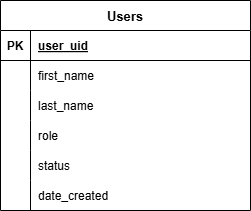
Earlier version of the draw.io export sdERD.png (pixelbub/sd-project). Source tidied: cells renumbered, new cells last; positions are measured from the earlier drawing's top-left corner, leaving out a move shared by most shapes.
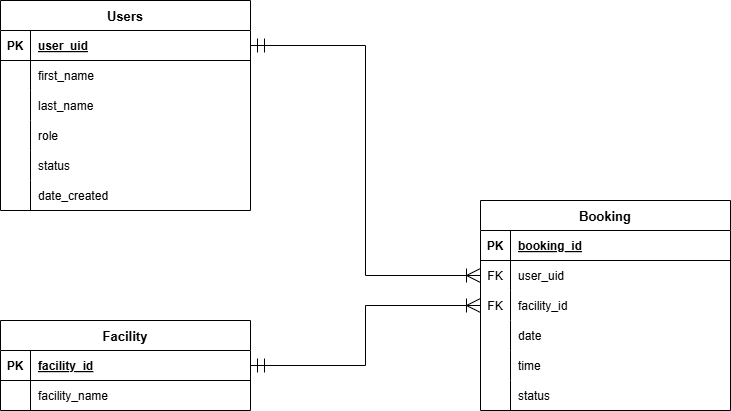
After the change.

What changed in the source:
```diff
@@ -59,5 +59,94 @@
     <mxCell id="20" value="date_created" style="shape=partialRectangle;overflow=hidden;fillColor=none;top=0;left=0;bottom=0;right=0;align=left;spacingLeft=6;" parent="18" vertex="1">
       <mxGeometry x="30" width="220" height="30" as="geometry" />
     </mxCell>
+    <mxCell id="21" value="Booking" style="shape=table;startSize=30;rowLines=0;fontStyle=1;align=center;swimlaneFillColor=default;fontSize=13;" parent="1" vertex="1">
+      <mxGeometry x="480" y="200" width="250" height="210" as="geometry" />
+    </mxCell>
+    <mxCell id="22" style="shape=partialRectangle;fillColor=none;top=0;left=0;right=0;bottom=1;" parent="21" vertex="1">
+      <mxGeometry y="30" width="250" height="30" as="geometry" />
+    </mxCell>
+    <mxCell id="23" value="PK" style="shape=partialRectangle;overflow=hidden;fillColor=none;top=0;left=0;bottom=0;right=0;fontStyle=1;" parent="22" vertex="1">
+      <mxGeometry width="30" height="30" as="geometry" />
+    </mxCell>
+    <mxCell id="24" value="booking_id" style="shape=partialRectangle;overflow=hidden;fillColor=none;top=0;left=0;bottom=0;right=0;align=left;spacingLeft=6;fontStyle=5;" parent="22" vertex="1">
+      <mxGeometry x="30" width="220" height="30" as="geometry" />
+    </mxCell>
+    <mxCell id="25" style="shape=partialRectangle;fillColor=none;points=[[0,0.5],[1,0.5]];portConstraint=eastwest;top=0;left=0;right=0;bottom=0;" parent="21" vertex="1">
+      <mxGeometry y="60" width="250" height="30" as="geometry" />
+    </mxCell>
+    <mxCell id="26" value="FK" style="shape=partialRectangle;overflow=hidden;fillColor=none;top=0;left=0;bottom=0;right=0;" parent="25" vertex="1">
+      <mxGeometry width="30" height="30" as="geometry" />
+    </mxCell>
+    <mxCell id="27" value="user_uid" style="shape=partialRectangle;overflow=hidden;fillColor=none;top=0;left=0;bottom=0;right=0;align=left;spacingLeft=6;" parent="25" vertex="1">
+      <mxGeometry x="30" width="220" height="30" as="geometry" />
+    </mxCell>
+    <mxCell id="28" style="shape=partialRectangle;fillColor=none;points=[[0,0.5],[1,0.5]];portConstraint=eastwest;top=0;left=0;right=0;bottom=0;" parent="21" vertex="1">
+      <mxGeometry y="90" width="250" height="30" as="geometry" />
+    </mxCell>
+    <mxCell id="29" value="FK" style="shape=partialRectangle;overflow=hidden;fillColor=none;top=0;left=0;bottom=0;right=0;" parent="28" vertex="1">
+      <mxGeometry width="30" height="30" as="geometry" />
+    </mxCell>
+    <mxCell id="30" value="facility_id" style="shape=partialRectangle;overflow=hidden;fillColor=none;top=0;left=0;bottom=0;right=0;align=left;spacingLeft=6;" parent="28" vertex="1">
+      <mxGeometry x="30" width="220" height="30" as="geometry" />
+    </mxCell>
+    <mxCell id="31" style="shape=partialRectangle;fillColor=none;top=0;left=0;right=0;bottom=0;" parent="21" vertex="1">
+      <mxGeometry y="120" width="250" height="30" as="geometry" />
+    </mxCell>
+    <mxCell id="32" style="shape=partialRectangle;overflow=hidden;fillColor=none;top=0;left=0;bottom=0;right=0;" parent="31" vertex="1">
+      <mxGeometry width="30" height="30" as="geometry" />
+    </mxCell>
+    <mxCell id="33" value="date" style="shape=partialRectangle;overflow=hidden;fillColor=none;top=0;left=0;bottom=0;right=0;align=left;spacingLeft=6;" parent="31" vertex="1">
+      <mxGeometry x="30" width="220" height="30" as="geometry" />
+    </mxCell>
+    <mxCell id="34" style="shape=partialRectangle;fillColor=none;top=0;left=0;right=0;bottom=0;" parent="21" vertex="1">
+      <mxGeometry y="150" width="250" height="30" as="geometry" />
+    </mxCell>
+    <mxCell id="35" style="shape=partialRectangle;overflow=hidden;fillColor=none;top=0;left=0;bottom=0;right=0;" parent="34" vertex="1">
+      <mxGeometry width="30" height="30" as="geometry" />
+    </mxCell>
+    <mxCell id="36" value="time" style="shape=partialRectangle;overflow=hidden;fillColor=none;top=0;left=0;bottom=0;right=0;align=left;spacingLeft=6;" parent="34" vertex="1">
+      <mxGeometry x="30" width="220" height="30" as="geometry" />
+    </mxCell>
+    <mxCell id="37" style="shape=partialRectangle;fillColor=none;top=0;left=0;right=0;bottom=0;" parent="21" vertex="1">
+      <mxGeometry y="180" width="250" height="30" as="geometry" />
+    </mxCell>
+    <mxCell id="38" style="shape=partialRectangle;overflow=hidden;fillColor=none;top=0;left=0;bottom=0;right=0;" parent="37" vertex="1">
+      <mxGeometry width="30" height="30" as="geometry" />
+    </mxCell>
+    <mxCell id="39" value="status" style="shape=partialRectangle;overflow=hidden;fillColor=none;top=0;left=0;bottom=0;right=0;align=left;spacingLeft=6;" parent="37" vertex="1">
+      <mxGeometry x="30" width="220" height="30" as="geometry" />
+    </mxCell>
+    <mxCell id="40" value="Facility" style="shape=table;startSize=30;rowLines=0;fontStyle=1;align=center;swimlaneFillColor=default;fontSize=13;" parent="1" vertex="1">
+      <mxGeometry y="320" width="250" height="90" as="geometry" />
+    </mxCell>
+    <mxCell id="41" style="shape=partialRectangle;fillColor=none;points=[[0,0.5],[1,0.5]];portConstraint=eastwest;top=0;left=0;right=0;bottom=1;" parent="40" vertex="1">
+      <mxGeometry y="30" width="250" height="30" as="geometry" />
+    </mxCell>
+    <mxCell id="42" value="PK" style="shape=partialRectangle;overflow=hidden;fillColor=none;top=0;left=0;bottom=0;right=0;fontStyle=1;" parent="41" vertex="1">
+      <mxGeometry width="30" height="30" as="geometry" />
+    </mxCell>
+    <mxCell id="43" value="facility_id" style="shape=partialRectangle;overflow=hidden;fillColor=none;top=0;left=0;bottom=0;right=0;align=left;spacingLeft=6;fontStyle=5;" parent="41" vertex="1">
+      <mxGeometry x="30" width="220" height="30" as="geometry" />
+    </mxCell>
+    <mxCell id="44" style="shape=partialRectangle;fillColor=none;top=0;left=0;right=0;bottom=0;" parent="40" vertex="1">
+      <mxGeometry y="60" width="250" height="30" as="geometry" />
+    </mxCell>
+    <mxCell id="45" style="shape=partialRectangle;overflow=hidden;fillColor=none;top=0;left=0;bottom=0;right=0;" parent="44" vertex="1">
+      <mxGeometry width="30" height="30" as="geometry" />
+    </mxCell>
+    <mxCell id="46" value="facility_name" style="shape=partialRectangle;overflow=hidden;fillColor=none;top=0;left=0;bottom=0;right=0;align=left;spacingLeft=6;" parent="44" vertex="1">
+      <mxGeometry x="30" width="220" height="30" as="geometry" />
+    </mxCell>
+    <mxCell id="47" style="edgeStyle=orthogonalEdgeStyle;rounded=0;jettySize=auto;html=1;exitX=0;exitY=0.5;exitDx=0;exitDy=0;entryX=1;entryY=0.5;entryDx=0;entryDy=0;startArrow=ERoneToMany;startFill=0;endArrow=ERmandOne;endFill=0;endSize=12;startSize=12;" parent="1" edge="1" source="28" target="41">
+      <mxGeometry relative="1" as="geometry">
+        <Array as="points">
+          <mxPoint x="365" y="305" />
+          <mxPoint x="365" y="365" />
+        </Array>
+      </mxGeometry>
+    </mxCell>
+    <mxCell id="48" style="edgeStyle=orthogonalEdgeStyle;rounded=0;jettySize=auto;html=1;exitX=1;exitY=0.5;exitDx=0;exitDy=0;entryX=0;entryY=0.5;entryDx=0;entryDy=0;endArrow=ERoneToMany;endFill=0;startArrow=ERmandOne;startFill=0;endSize=12;startSize=12;" parent="1" edge="1" source="3" target="25">
+      <mxGeometry relative="1" as="geometry" />
+    </mxCell>
   </root>
 </mxGraphModel>
```
